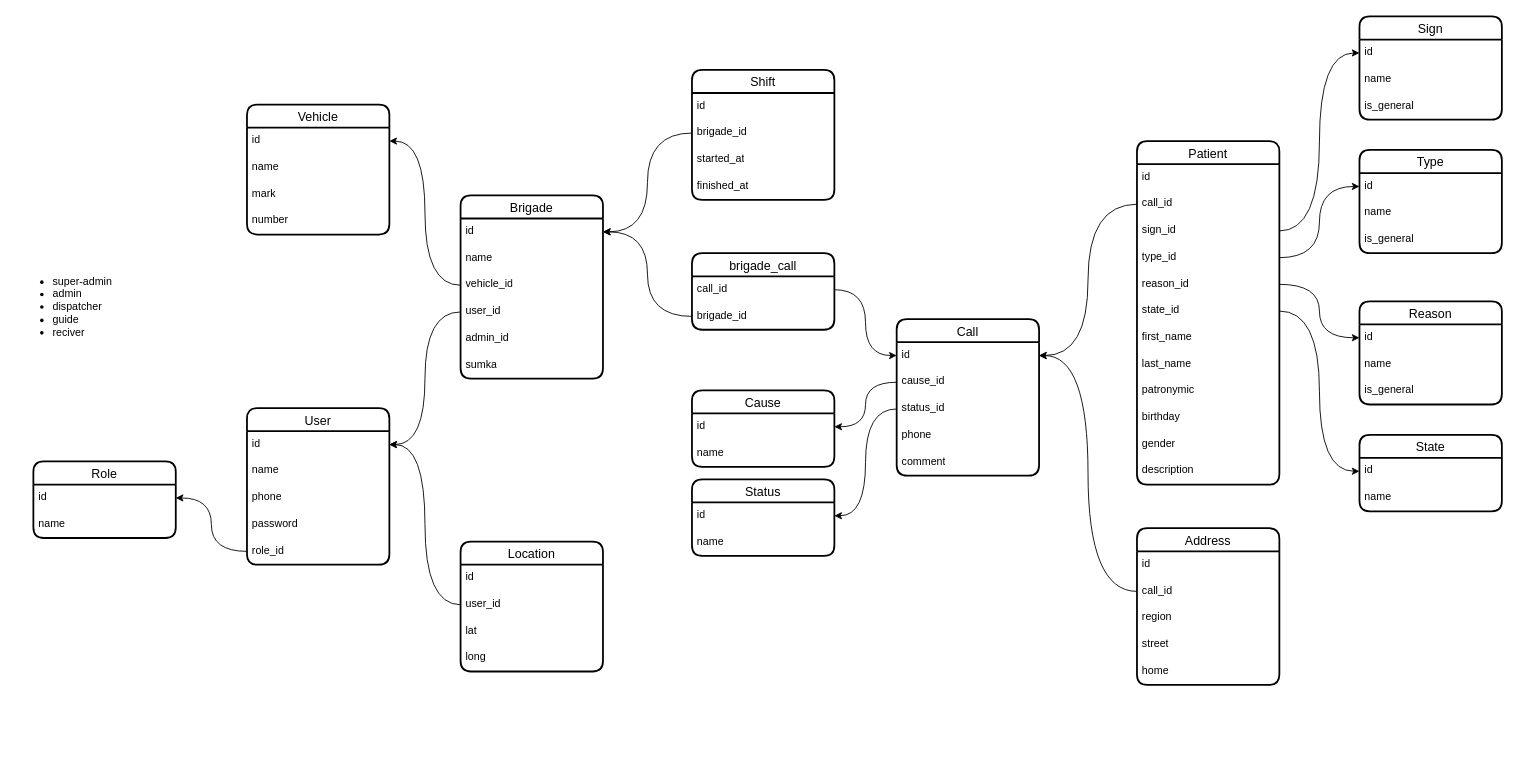
iztileuoff/databases keeps this draw.io diagram as karsoft-103.drawio. Above is the earlier version. Source tidied: cells renumbered, new cells numbered last; positions are measured from the earlier drawing's top-left corner, leaving out a move shared by most shapes. Both pictures are drawn from the tidied source at 89%, with x=0, y=0 at pixel (15, 16).
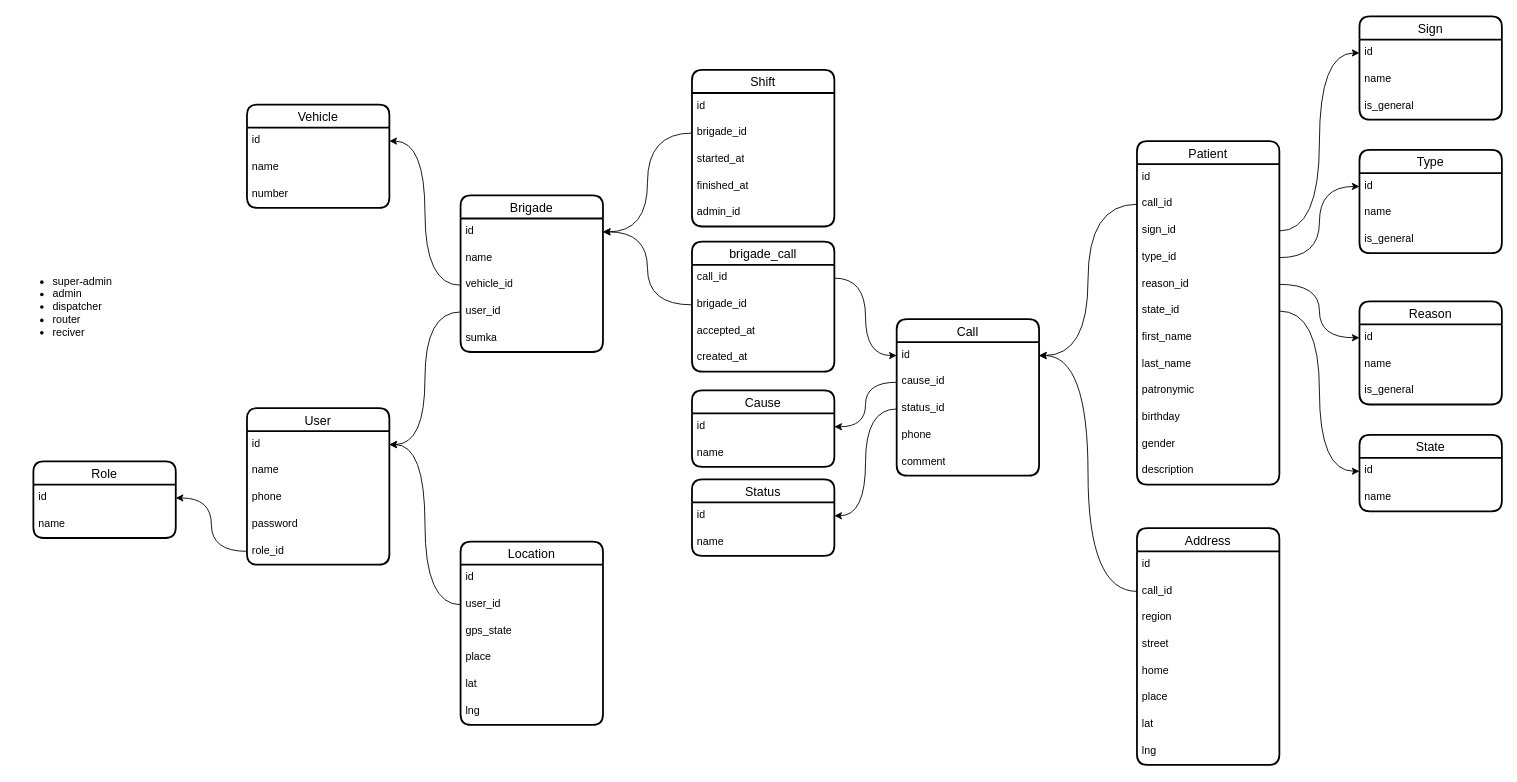
The same diagram, later.

What changed in the source:
```diff
@@
     <mxCell id="35" value="Address" style="swimlane;fontStyle=0;horizontal=1;startSize=26;align=center;fontSize=14;strokeWidth=2;rounded=1;shadow=0;glass=0;swimlaneLine=1;" parent="1" vertex="1">
-      <mxGeometry x="1260" y="575" width="160" height="176" as="geometry" />
+      <mxGeometry x="1260" y="575" width="160" height="266" as="geometry" />
     </mxCell>
@@
+    <mxCell id="98" value="place" style="text;strokeColor=none;fillColor=none;spacingLeft=4;spacingRight=4;overflow=hidden;fontSize=12;whiteSpace=wrap;html=1;" parent="35" vertex="1">
+      <mxGeometry y="176" width="160" height="30" as="geometry" />
+    </mxCell>
+    <mxCell id="99" value="lat" style="text;strokeColor=none;fillColor=none;spacingLeft=4;spacingRight=4;overflow=hidden;fontSize=12;whiteSpace=wrap;html=1;" parent="35" vertex="1">
+      <mxGeometry y="206" width="160" height="30" as="geometry" />
+    </mxCell>
+    <mxCell id="100" value="lng" style="text;strokeColor=none;fillColor=none;spacingLeft=4;spacingRight=4;overflow=hidden;fontSize=12;whiteSpace=wrap;html=1;" parent="35" vertex="1">
+      <mxGeometry y="236" width="160" height="30" as="geometry" />
+    </mxCell>
@@
-    <mxCell id="57" value="&lt;ul&gt;&lt;li&gt;super-admin&lt;/li&gt;&lt;li&gt;admin&lt;/li&gt;&lt;li&gt;dispatcher&lt;/li&gt;&lt;li&gt;guide&lt;/li&gt;&lt;li&gt;reciver&lt;/li&gt;&lt;/ul&gt;" style="text;strokeColor=none;fillColor=none;html=1;whiteSpace=wrap;verticalAlign=middle;overflow=hidden;" parent="1" vertex="1">
+    <mxCell id="57" value="&lt;ul&gt;&lt;li&gt;super-admin&lt;/li&gt;&lt;li&gt;admin&lt;/li&gt;&lt;li&gt;dispatcher&lt;/li&gt;&lt;li&gt;router&lt;/li&gt;&lt;li&gt;reciver&lt;/li&gt;&lt;/ul&gt;" style="text;strokeColor=none;fillColor=none;html=1;whiteSpace=wrap;verticalAlign=middle;overflow=hidden;" parent="1" vertex="1">
       <mxGeometry y="266" width="233" height="120" as="geometry" />
     </mxCell>
@@
     <mxCell id="67" value="brigade_call" style="swimlane;fontStyle=0;horizontal=1;startSize=26;align=center;fontSize=14;strokeWidth=2;rounded=1;shadow=0;glass=0;swimlaneLine=1;" parent="1" vertex="1">
-      <mxGeometry x="760" y="266" width="160" height="86" as="geometry" />
+      <mxGeometry x="760" y="253" width="160" height="146" as="geometry" />
     </mxCell>
@@
+    <mxCell id="101" value="accepted_at" style="text;strokeColor=none;fillColor=none;spacingLeft=4;spacingRight=4;overflow=hidden;fontSize=12;whiteSpace=wrap;html=1;" parent="67" vertex="1">
+      <mxGeometry y="86" width="160" height="30" as="geometry" />
+    </mxCell>
+    <mxCell id="102" value="created_at" style="text;strokeColor=none;fillColor=none;spacingLeft=4;spacingRight=4;overflow=hidden;fontSize=12;whiteSpace=wrap;html=1;" parent="67" vertex="1">
+      <mxGeometry y="116" width="160" height="30" as="geometry" />
+    </mxCell>
@@
     <mxCell id="71" value="Brigade" style="swimlane;fontStyle=0;horizontal=1;startSize=26;align=center;fontSize=14;strokeWidth=2;rounded=1;shadow=0;glass=0;swimlaneLine=1;" parent="1" vertex="1">
-      <mxGeometry x="500" y="201" width="160" height="206" as="geometry" />
+      <mxGeometry x="500" y="201" width="160" height="176" as="geometry" />
     </mxCell>
@@
-    <mxCell id="76" value="admin_id" style="text;strokeColor=none;fillColor=none;spacingLeft=4;spacingRight=4;overflow=hidden;fontSize=12;whiteSpace=wrap;html=1;" parent="71" vertex="1">
-      <mxGeometry y="146" width="160" height="30" as="geometry" />
-    </mxCell>
     <mxCell id="77" value="sumka" style="text;strokeColor=none;fillColor=none;spacingLeft=4;spacingRight=4;overflow=hidden;fontSize=12;whiteSpace=wrap;html=1;" parent="71" vertex="1">
-      <mxGeometry y="176" width="160" height="30" as="geometry" />
+      <mxGeometry y="146" width="160" height="30" as="geometry" />
     </mxCell>
     <mxCell id="78" value="Vehicle" style="swimlane;fontStyle=0;horizontal=1;startSize=26;align=center;fontSize=14;strokeWidth=2;rounded=1;shadow=0;glass=0;swimlaneLine=1;" parent="1" vertex="1">
-      <mxGeometry x="260" y="99" width="160" height="146" as="geometry" />
+      <mxGeometry x="260" y="99" width="160" height="116" as="geometry" />
     </mxCell>
@@
-    <mxCell id="81" value="mark" style="text;strokeColor=none;fillColor=none;spacingLeft=4;spacingRight=4;overflow=hidden;fontSize=12;whiteSpace=wrap;html=1;" parent="78" vertex="1">
-      <mxGeometry y="86" width="160" height="30" as="geometry" />
-    </mxCell>
     <mxCell id="82" value="number" style="text;strokeColor=none;fillColor=none;spacingLeft=4;spacingRight=4;overflow=hidden;fontSize=12;whiteSpace=wrap;html=1;" parent="78" vertex="1">
-      <mxGeometry y="116" width="160" height="30" as="geometry" />
+      <mxGeometry y="86" width="160" height="30" as="geometry" />
     </mxCell>
@@
     <mxCell id="86" value="Location" style="swimlane;fontStyle=0;horizontal=1;startSize=26;align=center;fontSize=14;strokeWidth=2;rounded=1;shadow=0;glass=0;swimlaneLine=1;" parent="1" vertex="1">
-      <mxGeometry x="500" y="590" width="160" height="146" as="geometry" />
+      <mxGeometry x="500" y="590" width="160" height="206" as="geometry" />
     </mxCell>
@@
+    <mxCell id="103" value="gps_state" style="text;strokeColor=none;fillColor=none;spacingLeft=4;spacingRight=4;overflow=hidden;fontSize=12;whiteSpace=wrap;html=1;" parent="86" vertex="1">
+      <mxGeometry y="86" width="160" height="30" as="geometry" />
+    </mxCell>
+    <mxCell id="104" value="place" style="text;strokeColor=none;fillColor=none;spacingLeft=4;spacingRight=4;overflow=hidden;fontSize=12;whiteSpace=wrap;html=1;" parent="86" vertex="1">
+      <mxGeometry y="116" width="160" height="30" as="geometry" />
+    </mxCell>
     <mxCell id="89" value="lat" style="text;strokeColor=none;fillColor=none;spacingLeft=4;spacingRight=4;overflow=hidden;fontSize=12;whiteSpace=wrap;html=1;" parent="86" vertex="1">
-      <mxGeometry y="86" width="160" height="30" as="geometry" />
+      <mxGeometry y="146" width="160" height="30" as="geometry" />
     </mxCell>
-    <mxCell id="90" value="long" style="text;strokeColor=none;fillColor=none;spacingLeft=4;spacingRight=4;overflow=hidden;fontSize=12;whiteSpace=wrap;html=1;" parent="86" vertex="1">
-      <mxGeometry y="116" width="160" height="30" as="geometry" />
+    <mxCell id="90" value="lng" style="text;strokeColor=none;fillColor=none;spacingLeft=4;spacingRight=4;overflow=hidden;fontSize=12;whiteSpace=wrap;html=1;" parent="86" vertex="1">
+      <mxGeometry y="176" width="160" height="30" as="geometry" />
     </mxCell>
@@
     <mxCell id="92" value="Shift" style="swimlane;fontStyle=0;horizontal=1;startSize=26;align=center;fontSize=14;strokeWidth=2;rounded=1;shadow=0;glass=0;swimlaneLine=1;" parent="1" vertex="1">
-      <mxGeometry x="760" y="60" width="160" height="146" as="geometry" />
+      <mxGeometry x="760" y="60" width="160" height="176" as="geometry" />
     </mxCell>
@@
+    <mxCell id="76" value="admin_id" style="text;strokeColor=none;fillColor=none;spacingLeft=4;spacingRight=4;overflow=hidden;fontSize=12;whiteSpace=wrap;html=1;" parent="92" vertex="1">
+      <mxGeometry y="146" width="160" height="30" as="geometry" />
+    </mxCell>
```
